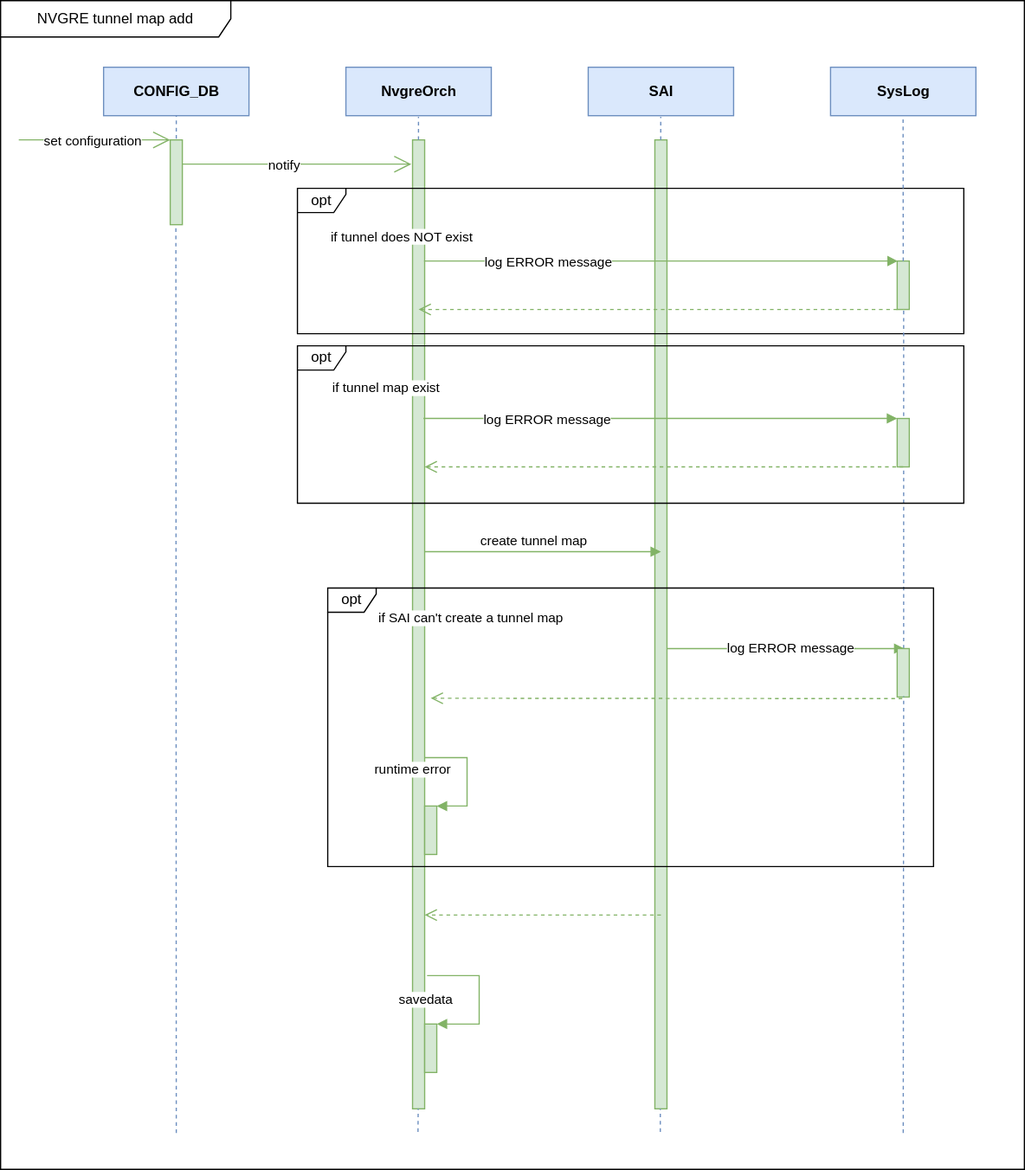
This is doc/nvgre_tunnel/images/nvgre_tunnel_map_create_uml.svg from sonic-net/SONiC, a draw.io export, as it was before one commit. Source tidied: cells renumbered, new cells last; positions are measured from the earlier drawing's top-left corner, leaving out a move shared by most shapes.
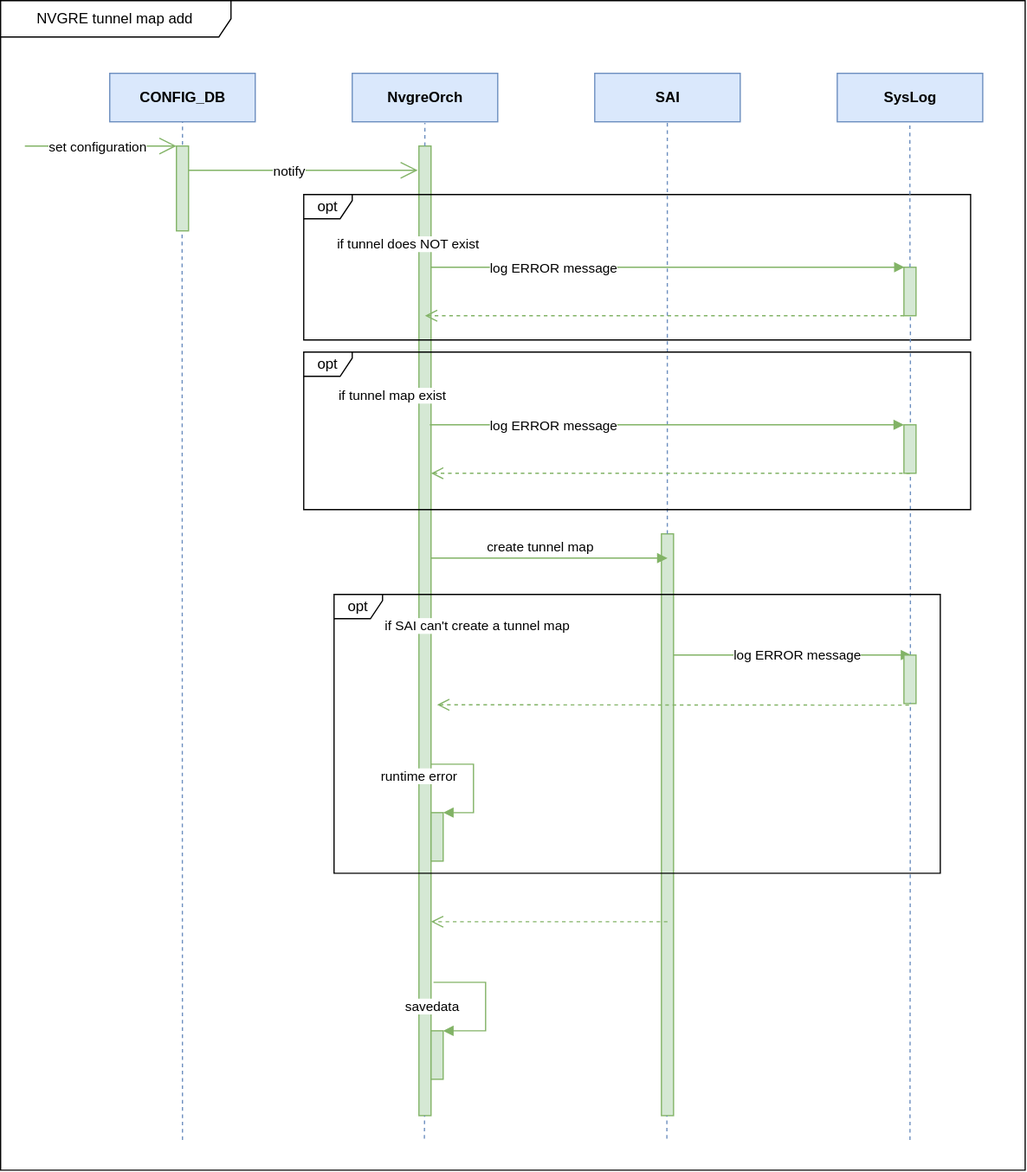
Above is the later version.

What changed in the source:
```diff
@@ -40,7 +40,7 @@
       </mxGeometry>
     </mxCell>
     <mxCell id="11" style="html=1;points=[];perimeter=orthogonalPerimeter;fillColor=#d5e8d4;strokeColor=#82b366;" parent="1" vertex="1">
-      <mxGeometry x="540" y="115" width="10" height="800" as="geometry" />
+      <mxGeometry x="540" y="435" width="10" height="480" as="geometry" />
     </mxCell>
     <mxCell id="12" value="opt" style="shape=umlFrame;whiteSpace=wrap;html=1;width=40;height=20;fillColor=#FFFFFF;" parent="1" vertex="1">
       <mxGeometry x="245" y="155" width="550" height="120" as="geometry" />
@@ -83,9 +83,8 @@
         <mxPoint x="344.9" y="96" as="targetPoint" />
       </mxGeometry>
     </mxCell>
-    <mxCell id="20" style="endArrow=none;dashed=1;html=1;shadow=0;fillColor=#dae8fc;strokeColor=#6c8ebf;" parent="1" edge="1">
+    <mxCell id="20" style="endArrow=none;dashed=1;html=1;shadow=0;fillColor=#dae8fc;strokeColor=#6c8ebf;" parent="1" edge="1" source="11">
       <mxGeometry relative="1" as="geometry">
-        <mxPoint x="544.9" y="115" as="sourcePoint" />
         <mxPoint x="544.9" y="96" as="targetPoint" />
       </mxGeometry>
     </mxCell>
@@ -119,7 +118,7 @@
       </mxGeometry>
     </mxCell>
     <mxCell id="26" value="NVGRE tunnel map add" style="shape=umlFrame;whiteSpace=wrap;html=1;fillColor=#FFFFFF;width=190;height=30;" parent="1" vertex="1">
-      <mxGeometry width="845" height="965" as="geometry" />
+      <mxGeometry x="-5" y="-5" width="845" height="965" as="geometry" />
     </mxCell>
     <mxCell id="27" value="opt" style="shape=umlFrame;whiteSpace=wrap;html=1;width=40;height=20;fillColor=#FFFFFF;" parent="1" vertex="1">
       <mxGeometry x="245" y="285" width="550" height="130" as="geometry" />
```
